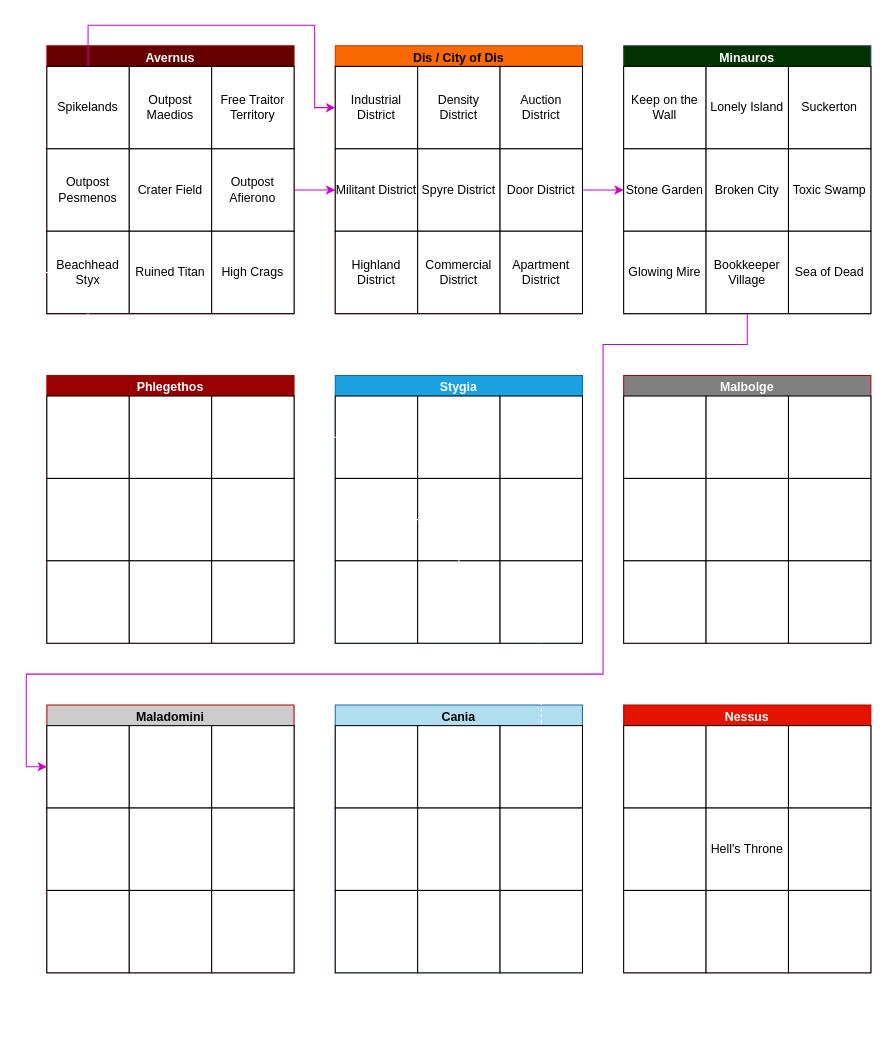
Earlier version of the draw.io diagram MEDIA/SUPP/baatorMap.drawio (craftingcity/The-Known-World). Source tidied: cells renumbered, new cells numbered last; positions are measured from the earlier drawing's top-left corner, leaving out a move shared by most shapes. Both pictures are drawn from the tidied source at 103%, with x=0, y=0 at pixel (26, 25).
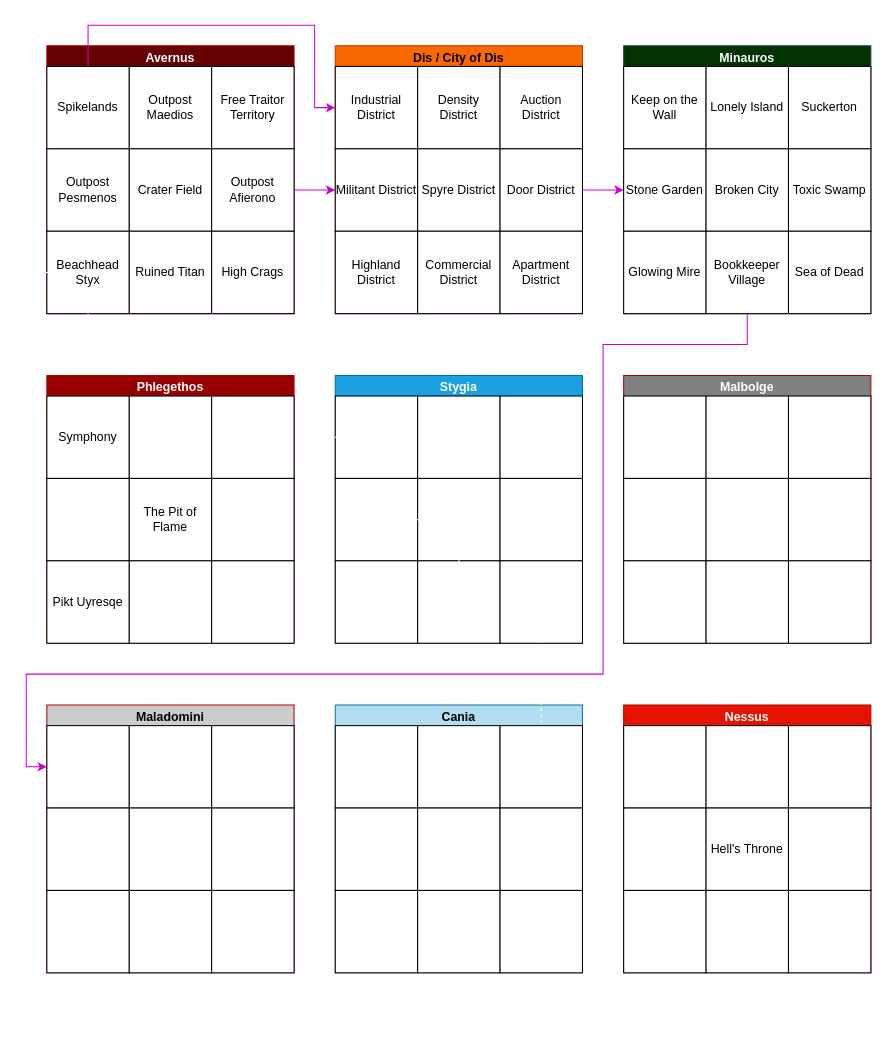
After the change.

Unchanged cells that the change refers to:
```xml
<mxCell id="32" value="Phlegethos" style="swimlane;whiteSpace=wrap;html=1;fillColor=#990000;fontColor=#ffffff;strokeColor=#B20000;" parent="1" vertex="1">
  <mxGeometry x="20" y="340" width="240" height="260" as="geometry" />
</mxCell>
```

What changed in the source:
```diff
@@
-    <mxCell id="33" style="whiteSpace=wrap;html=1;" parent="32" vertex="1">
+    <mxCell id="33" value="Symphony" style="whiteSpace=wrap;html=1;" parent="32" vertex="1">
       <mxGeometry y="20" width="80" height="80" as="geometry" />
     </mxCell>
@@
-    <mxCell id="37" style="whiteSpace=wrap;html=1;" parent="32" vertex="1">
+    <mxCell id="37" value="Pikt Uyresqe" style="whiteSpace=wrap;html=1;" parent="32" vertex="1">
       <mxGeometry y="180" width="80" height="80" as="geometry" />
     </mxCell>
-    <mxCell id="38" style="whiteSpace=wrap;html=1;" parent="32" vertex="1">
+    <mxCell id="38" value="The Pit of Flame" style="whiteSpace=wrap;html=1;" parent="32" vertex="1">
       <mxGeometry x="80" y="100" width="80" height="80" as="geometry" />
     </mxCell>
```
